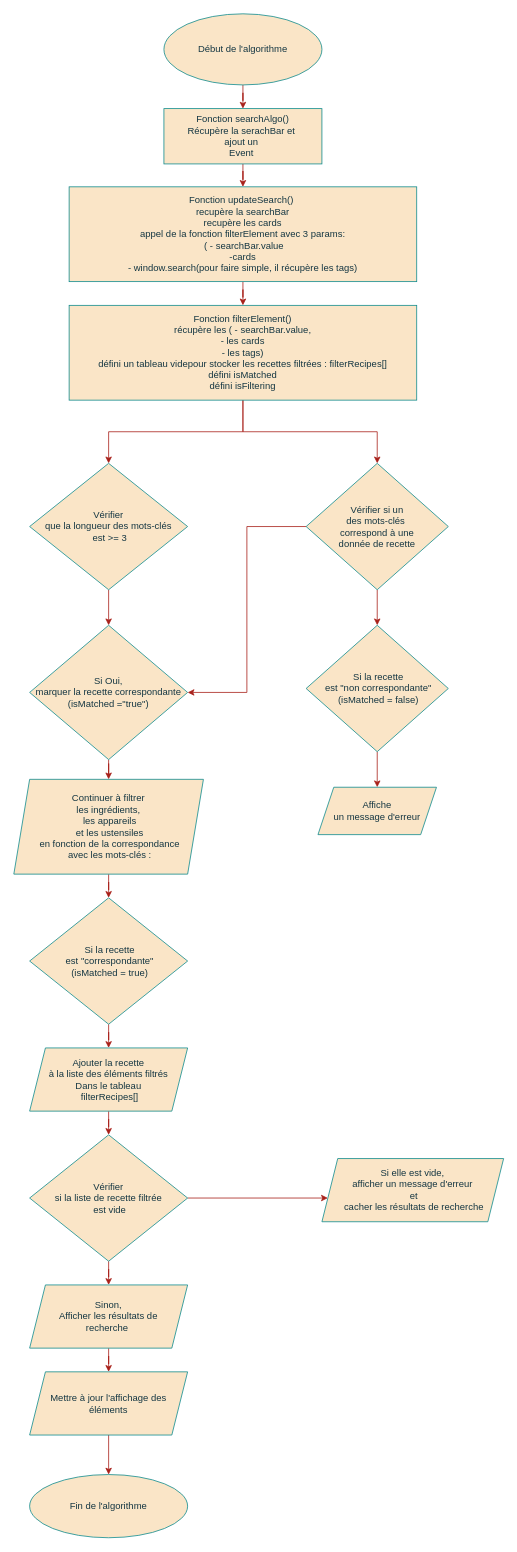
Above: Algo de recherche n°1.drawio in abaddon101/Projet---Les-Petits-Plats (draw.io), before the change. Source tidied: cells renumbered, new cells numbered last; positions are measured from the earlier drawing's top-left corner, leaving out a move shared by most shapes. Both pictures are drawn from the tidied source at 79%, with x=0, y=0 at pixel (13, 13).
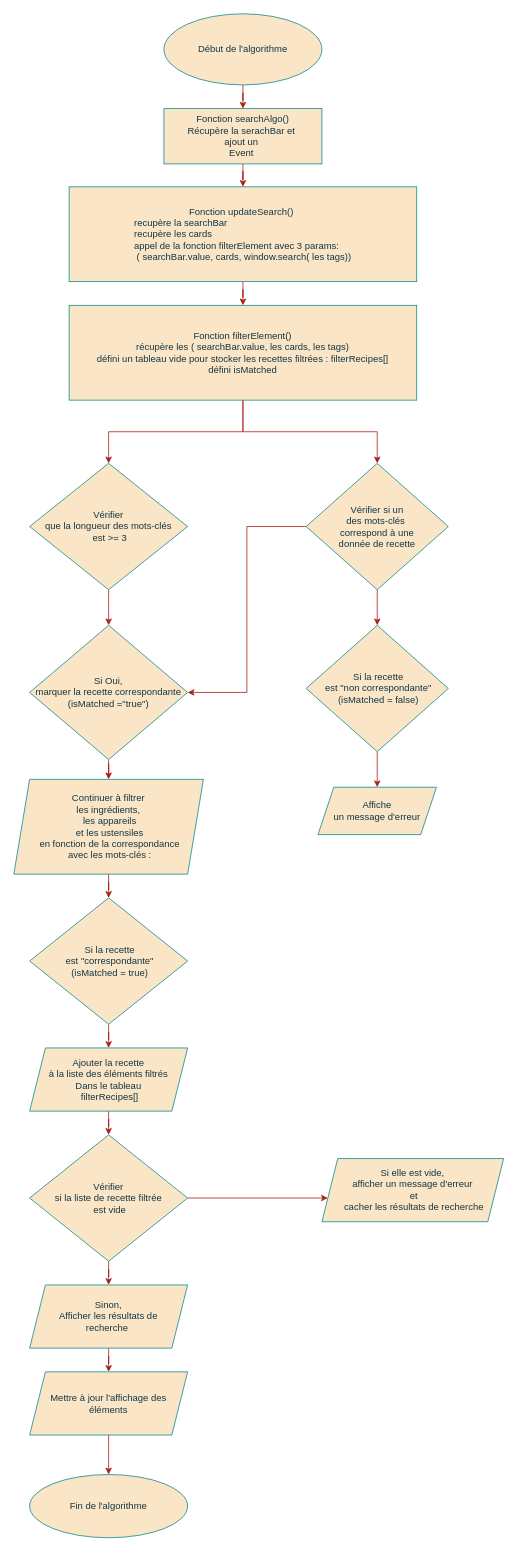
Above is the later version.

Commit message:
Mettre à jour Algo de recherche n°1.drawio

Diff of the diagram source:
```diff
@@
-    <mxCell id="8" value="Fonction updateSearch()&amp;nbsp;&lt;br&gt;recupère la searchBar&lt;br&gt;recupère les cards&lt;br&gt;appel de la fonction filterElement avec 3 params:&lt;br&gt;&amp;nbsp;( - searchBar.value&lt;br&gt;-cards&lt;br&gt;- window.search(pour faire simple, il récupère les tags)" style="rounded=0;whiteSpace=wrap;html=1;labelBackgroundColor=none;fillColor=#FAE5C7;strokeColor=#0F8B8D;fontColor=#143642;" parent="1" vertex="1">
+    <mxCell id="8" value="Fonction updateSearch()&amp;nbsp;&lt;br&gt;&lt;div style=&quot;text-align: left;&quot;&gt;&lt;span style=&quot;background-color: initial;&quot;&gt;recupère la searchBar&lt;/span&gt;&lt;/div&gt;&lt;div style=&quot;text-align: left;&quot;&gt;&lt;span style=&quot;background-color: initial;&quot;&gt;recupère les cards&lt;/span&gt;&lt;/div&gt;&lt;div style=&quot;text-align: left;&quot;&gt;&lt;span style=&quot;background-color: initial;&quot;&gt;appel de la fonction filterElement avec 3 params:&lt;/span&gt;&lt;/div&gt;&lt;div style=&quot;text-align: left;&quot;&gt;&lt;span style=&quot;background-color: initial;&quot;&gt;&amp;nbsp;( searchBar.value,&amp;nbsp;&lt;/span&gt;&lt;span style=&quot;background-color: initial;&quot;&gt;cards,&lt;/span&gt;&lt;span style=&quot;background-color: initial;&quot;&gt;&amp;nbsp;window.search( les tags))&lt;/span&gt;&lt;/div&gt;" style="rounded=0;whiteSpace=wrap;html=1;labelBackgroundColor=none;fillColor=#FAE5C7;strokeColor=#0F8B8D;fontColor=#143642;" parent="1" vertex="1">
       <mxGeometry x="70" y="219" width="440" height="120" as="geometry" />
     </mxCell>
@@
-    <mxCell id="11" value="Fonction filterElement()&lt;br&gt;récupère les ( - searchBar.value,&lt;br&gt;- les cards&lt;br&gt;- les tags)&lt;br&gt;défini un tableau videpour stocker les recettes filtrées : filterRecipes[]&lt;br&gt;défini isMatched&lt;br&gt;défini isFiltering" style="rounded=0;whiteSpace=wrap;html=1;labelBackgroundColor=none;fillColor=#FAE5C7;strokeColor=#0F8B8D;fontColor=#143642;" parent="1" vertex="1">
+    <mxCell id="11" value="Fonction filterElement()&lt;br&gt;récupère les ( searchBar.value,&amp;nbsp;les cards,&amp;nbsp;les tags)&lt;br&gt;défini un tableau vide pour stocker les recettes filtrées : filterRecipes[]&lt;br&gt;défini isMatched" style="rounded=0;whiteSpace=wrap;html=1;labelBackgroundColor=none;fillColor=#FAE5C7;strokeColor=#0F8B8D;fontColor=#143642;" parent="1" vertex="1">
       <mxGeometry x="70" y="369" width="440" height="120" as="geometry" />
     </mxCell>
```
